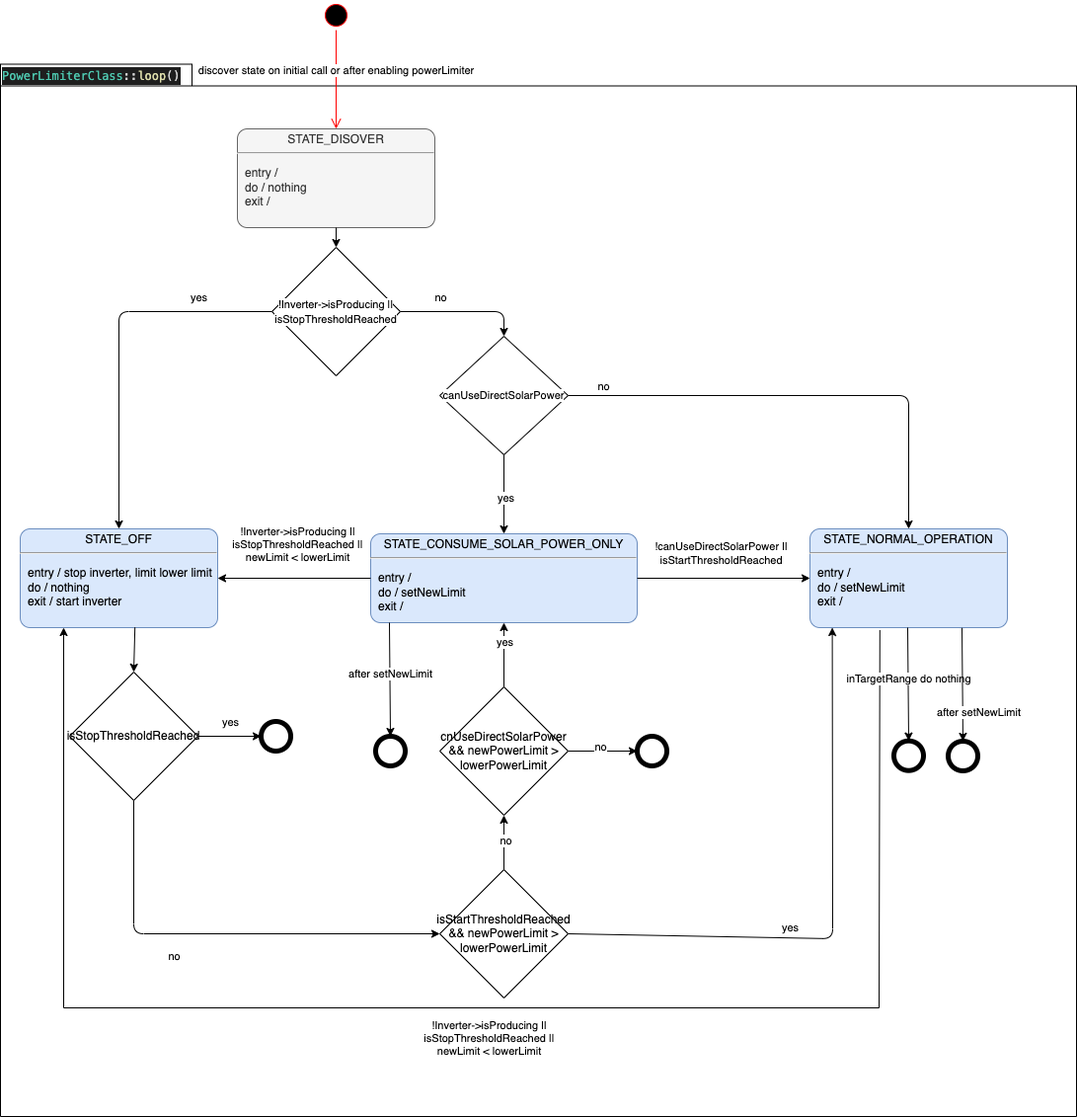
This is docs/PowerLimiterInverterStates.png from tbnobody/OpenDTU, a draw.io export, as it was before one commit. Source tidied: cells renumbered, new cells last; positions are measured from the earlier drawing's top-left corner, leaving out a move shared by most shapes.
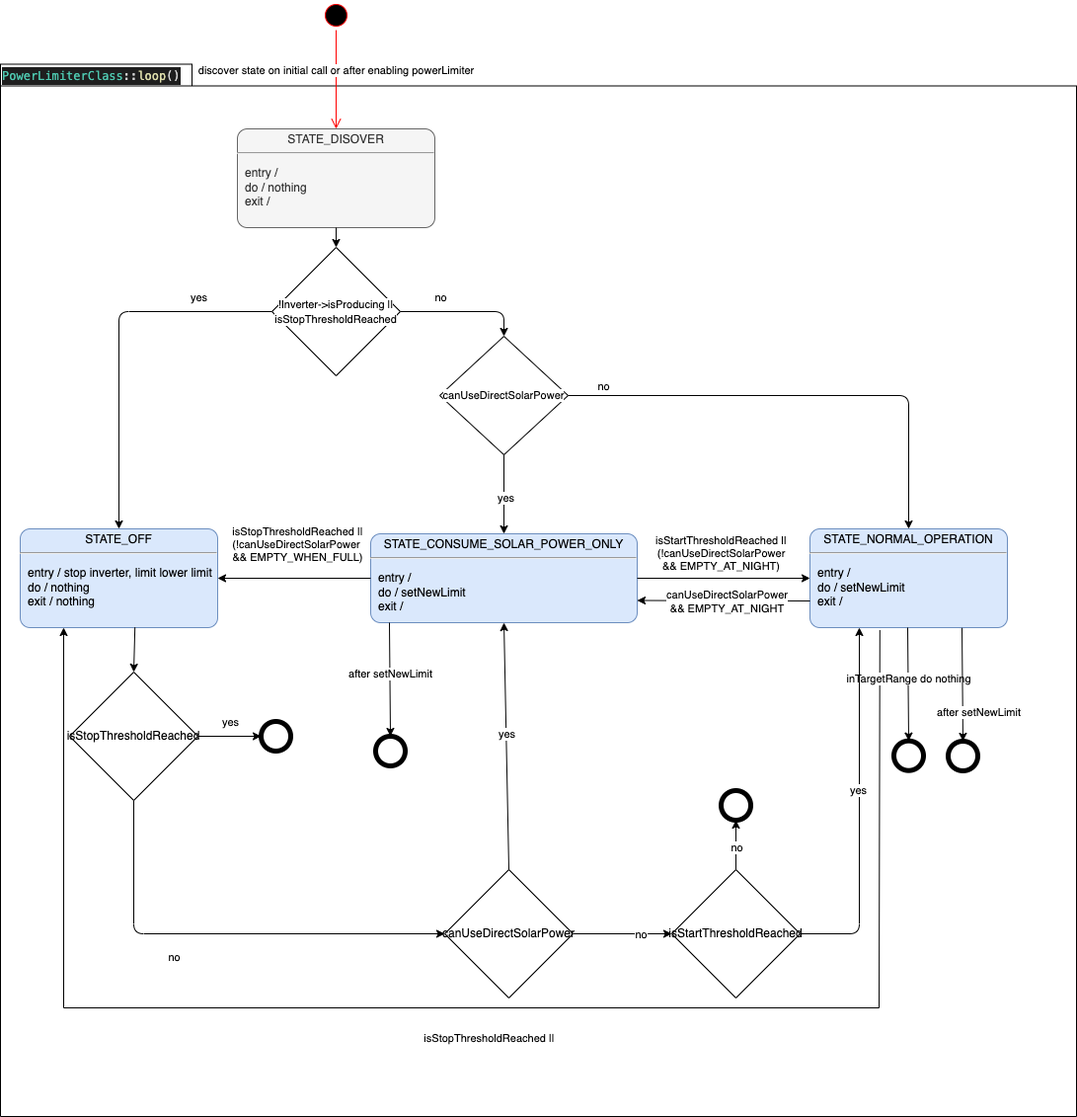
After the change.

Commit message:
update state diagram

The edit, as a diff of the source:
```diff
@@ -14,7 +14,7 @@
     <mxCell id="5" value="discover state on initial call or after enabling powerLimiter" style="html=1;verticalAlign=bottom;endArrow=open;endSize=8;strokeColor=#ff0000;rounded=0;entryX=0.5;entryY=0;entryDx=0;entryDy=0;entryPerimeter=0;" parent="1" edge="1" source="4" target="9">
       <mxGeometry relative="1" as="geometry" />
     </mxCell>
-    <mxCell id="6" value="&lt;p style=&quot;margin:0px;margin-top:4px;text-align:center;&quot;&gt;STATE_OFF&lt;/p&gt;&lt;hr&gt;&lt;p&gt;&lt;/p&gt;&lt;p style=&quot;margin:0px;margin-left:8px;text-align:left;&quot;&gt;entry / stop inverter, limit lower limit&lt;br&gt;do / nothing&lt;br&gt;exit / start inverter&lt;/p&gt;" style="shape=mxgraph.sysml.simpleState;html=1;overflow=fill;whiteSpace=wrap;align=center;fillColor=#dae8fc;strokeColor=#6c8ebf;" parent="1" vertex="1">
+    <mxCell id="6" value="&lt;p style=&quot;margin:0px;margin-top:4px;text-align:center;&quot;&gt;STATE_OFF&lt;/p&gt;&lt;hr&gt;&lt;p&gt;&lt;/p&gt;&lt;p style=&quot;margin:0px;margin-left:8px;text-align:left;&quot;&gt;entry / stop inverter, limit lower limit&lt;br&gt;do / nothing&lt;br&gt;exit / nothing&lt;/p&gt;" style="shape=mxgraph.sysml.simpleState;html=1;overflow=fill;whiteSpace=wrap;align=center;fillColor=#dae8fc;strokeColor=#6c8ebf;" parent="1" vertex="1">
       <mxGeometry x="20" y="535" width="200" height="100" as="geometry" />
     </mxCell>
     <mxCell id="7" value="&lt;p style=&quot;margin:0px;margin-top:4px;text-align:center;&quot;&gt;STATE_CONSUME_SOLAR_POWER_ONLY&lt;/p&gt;&lt;hr&gt;&lt;p&gt;&lt;/p&gt;&lt;p style=&quot;margin:0px;margin-left:8px;text-align:left;&quot;&gt;entry /&lt;br&gt;do / setNewLimit&lt;br&gt;exit /&lt;/p&gt;" style="shape=mxgraph.sysml.simpleState;html=1;overflow=fill;whiteSpace=wrap;align=center;fillColor=#dae8fc;strokeColor=#6c8ebf;" parent="1" vertex="1">
@@ -94,26 +94,18 @@
     <mxCell id="25" style="endArrow=classic;html=1;entryX=0.5;entryY=0;entryDx=0;entryDy=0;exitX=0.581;exitY=0.998;exitDx=0;exitDy=0;exitPerimeter=0;" parent="1" edge="1" source="6" target="22">
       <mxGeometry relative="1" as="geometry" />
     </mxCell>
+    <mxCell id="28" style="edgeStyle=none;html=1;exitX=1;exitY=0.5;exitDx=0;exitDy=0;entryX=0;entryY=0.5;entryDx=0;entryDy=0;" parent="1" edge="1" source="26" target="27">
+      <mxGeometry relative="1" as="geometry" />
+    </mxCell>
+    <mxCell id="52" value="no" style="edgeLabel;html=1;align=center;verticalAlign=middle;" parent="28" vertex="1">
+      <mxGeometry x="0.36" relative="1" as="geometry" />
+    </mxCell>
-    <mxCell id="26" value="isStartThresholdReached &amp;amp;&amp;amp; newPowerLimit &amp;gt; lowerPowerLimit" style="rhombus;whiteSpace=wrap;html=1;" parent="1" vertex="1">
-      <mxGeometry x="445" y="880" width="130" height="130" as="geometry" />
+    <mxCell id="26" value="canUseDirectSolarPower" style="rhombus;whiteSpace=wrap;html=1;" parent="1" vertex="1">
+      <mxGeometry x="450" y="880" width="130" height="130" as="geometry" />
     </mxCell>
-    <mxCell id="27" value="cnUseDirectSolarPower &amp;amp;&amp;amp; newPowerLimit &amp;gt; lowerPowerLimit" style="rhombus;whiteSpace=wrap;html=1;" parent="1" vertex="1">
-      <mxGeometry x="445" y="695" width="130" height="130" as="geometry" />
+    <mxCell id="27" value="isStartThresholdReached" style="rhombus;whiteSpace=wrap;html=1;" parent="1" vertex="1">
+      <mxGeometry x="680" y="880" width="130" height="130" as="geometry" />
     </mxCell>
-    <mxCell id="28" style="endArrow=classic;html=1;entryX=0.5;entryY=1;entryDx=0;entryDy=0;exitX=0.5;exitY=0;exitDx=0;exitDy=0;" parent="1" edge="1" source="26" target="27">
-      <mxGeometry relative="1" as="geometry" />
-    </mxCell>
-    <mxCell id="29" value="no" style="edgeLabel;html=1;align=center;verticalAlign=middle;" parent="28" vertex="1">
-      <mxGeometry x="0.09" y="-1" relative="1" as="geometry" />
-    </mxCell>
-    <mxCell id="30" value="yes" style="endArrow=classic;html=1;exitX=1;exitY=0.5;exitDx=0;exitDy=0;entryX=0.113;entryY=1;entryDx=0;entryDy=0;entryPerimeter=0;" parent="1" edge="1" source="26" target="8">
-      <mxGeometry x="-0.23" y="10" relative="1" as="geometry">
-        <Array as="points">
-          <mxPoint x="843" y="950" />
-        </Array>
-        <mxPoint x="1" as="offset" />
-      </mxGeometry>
-    </mxCell>
     <mxCell id="31" style="endArrow=classic;html=1;exitX=1;exitY=0.5;exitDx=0;exitDy=0;entryX=0;entryY=0.5;entryDx=0;entryDy=0;" parent="1" edge="1" source="22" target="10">
       <mxGeometry relative="1" as="geometry" />
     </mxCell>
@@ -122,32 +114,15 @@
         <mxPoint x="3" y="-15" as="offset" />
       </mxGeometry>
     </mxCell>
-    <mxCell id="33" style="endArrow=classic;html=1;exitX=0.5;exitY=0;exitDx=0;exitDy=0;entryX=0.5;entryY=1;entryDx=0;entryDy=0;entryPerimeter=0;" parent="1" edge="1" source="27" target="7">
-      <mxGeometry relative="1" as="geometry" />
-    </mxCell>
-    <mxCell id="34" value="yes" style="edgeLabel;html=1;align=center;verticalAlign=middle;" parent="33" vertex="1">
-      <mxGeometry x="0.42" relative="1" as="geometry" />
-    </mxCell>
-    <mxCell id="35" style="endArrow=classic;html=1;entryX=0;entryY=0.5;entryDx=0;entryDy=0;exitX=1;exitY=0.5;exitDx=0;exitDy=0;" parent="1" edge="1" source="27" target="37">
-      <mxGeometry relative="1" as="geometry" />
-    </mxCell>
-    <mxCell id="36" value="no" style="edgeLabel;html=1;align=center;verticalAlign=middle;" parent="35" vertex="1">
-      <mxGeometry x="0.47" relative="1" as="geometry">
-        <mxPoint x="-19" y="-5" as="offset" />
-      </mxGeometry>
-    </mxCell>
-    <mxCell id="37" style="shape=ellipse;html=1;dashed=0;whitespace=wrap;strokeWidth=5;perimeter=ellipsePerimeter;" parent="1" vertex="1">
-      <mxGeometry x="645" y="745" width="30" height="30" as="geometry" />
-    </mxCell>
     <mxCell id="38" style="endArrow=classic;html=1;rounded=0;entryX=1;entryY=0.5;entryDx=0;entryDy=0;entryPerimeter=0;exitX=0;exitY=0.5;exitDx=0;exitDy=0;exitPerimeter=0;" parent="1" edge="1" source="7" target="6">
       <mxGeometry relative="1" as="geometry" />
     </mxCell>
-    <mxCell id="39" value="!Inverter-&amp;gt;isProducing ||&lt;br&gt;isStopThresholdReached ||&lt;br&gt;newLimit &amp;lt; lowerLimit" style="edgeLabel;html=1;align=center;verticalAlign=middle;" parent="38" vertex="1">
+    <mxCell id="39" value="isStopThresholdReached ||&lt;br&gt;(!canUseDirectSolarPower &lt;br&gt;&amp;amp;&amp;amp; EMPTY_WHEN_FULL)" style="edgeLabel;html=1;align=center;verticalAlign=middle;" parent="38" vertex="1">
       <mxGeometry x="-0.21" y="-2" relative="1" as="geometry">
         <mxPoint x="-14" y="-33" as="offset" />
       </mxGeometry>
     </mxCell>
-    <mxCell id="40" value="!canUseDirectSolarPower ||&lt;br&gt;isStartThresholdReached" style="endArrow=classic;html=1;rounded=0;exitX=1;exitY=0.5;exitDx=0;exitDy=0;exitPerimeter=0;entryX=0;entryY=0.5;entryDx=0;entryDy=0;entryPerimeter=0;" parent="1" edge="1" source="7" target="8">
+    <mxCell id="40" value="isStartThresholdReached ||&lt;br style=&quot;border-color: var(--border-color);&quot;&gt;(!canUseDirectSolarPower&lt;br style=&quot;border-color: var(--border-color);&quot;&gt;&amp;amp;&amp;amp; EMPTY_AT_NIGHT)" style="endArrow=classic;html=1;rounded=0;exitX=1;exitY=0.5;exitDx=0;exitDy=0;exitPerimeter=0;entryX=0;entryY=0.5;entryDx=0;entryDy=0;entryPerimeter=0;" parent="1" edge="1" source="7" target="8">
       <mxGeometry x="-0.03" y="25" relative="1" as="geometry" />
     </mxCell>
     <mxCell id="41" style="endArrow=classic;html=1;rounded=0;entryX=0.22;entryY=1;entryDx=0;entryDy=0;entryPerimeter=0;exitX=0.354;exitY=1.025;exitDx=0;exitDy=0;exitPerimeter=0;" parent="1" edge="1" source="8" target="6">
@@ -158,7 +133,7 @@
         </Array>
       </mxGeometry>
     </mxCell>
-    <mxCell id="42" value="!Inverter-&amp;gt;isProducing ||&lt;br&gt;isStopThresholdReached ||&lt;br&gt;newLimit &amp;lt; lowerLimit" style="edgeLabel;html=1;align=center;verticalAlign=middle;" parent="41" vertex="1">
+    <mxCell id="42" value="isStopThresholdReached ||" style="edgeLabel;html=1;align=center;verticalAlign=middle;" parent="41" vertex="1">
       <mxGeometry x="-0.21" y="-2" relative="1" as="geometry">
         <mxPoint x="-151" y="32" as="offset" />
       </mxGeometry>
@@ -198,5 +173,38 @@
         <mxPoint x="16" y="33" as="offset" />
       </mxGeometry>
     </mxCell>
+    <mxCell id="37" style="endArrow=classic;html=1;exitX=0.5;exitY=0;exitDx=0;exitDy=0;entryX=0.5;entryY=1;entryDx=0;entryDy=0;entryPerimeter=0;" parent="1" edge="1" source="26" target="7">
+      <mxGeometry relative="1" as="geometry" />
+    </mxCell>
+    <mxCell id="53" value="yes" style="edgeLabel;html=1;align=center;verticalAlign=middle;" parent="37" vertex="1">
+      <mxGeometry x="0.1" relative="1" as="geometry" />
+    </mxCell>
+    <mxCell id="54" style="endArrow=classic;html=1;entryX=1;entryY=0.75;entryDx=0;entryDy=0;entryPerimeter=0;" parent="1" edge="1" target="7">
+      <mxGeometry relative="1" as="geometry">
+        <mxPoint x="820" y="608" as="sourcePoint" />
+      </mxGeometry>
+    </mxCell>
+    <mxCell id="55" value="canUseDirectSolarPower&lt;br style=&quot;border-color: var(--border-color);&quot;&gt;&amp;amp;&amp;amp; EMPTY_AT_NIGHT" style="edgeLabel;html=1;align=center;verticalAlign=middle;" parent="54" vertex="1">
+      <mxGeometry x="-0.04" y="1" relative="1" as="geometry" />
+    </mxCell>
+    <mxCell id="56" style="endArrow=classic;html=1;exitX=1;exitY=0.5;exitDx=0;exitDy=0;entryX=0.25;entryY=1;entryDx=0;entryDy=0;entryPerimeter=0;" parent="1" edge="1" source="27" target="8">
+      <mxGeometry relative="1" as="geometry">
+        <Array as="points">
+          <mxPoint x="870" y="945" />
+        </Array>
+      </mxGeometry>
+    </mxCell>
+    <mxCell id="57" value="yes" style="edgeLabel;html=1;align=center;verticalAlign=middle;" parent="56" vertex="1">
+      <mxGeometry x="0.11" y="2" relative="1" as="geometry" />
+    </mxCell>
+    <mxCell id="58" style="shape=ellipse;html=1;dashed=0;whitespace=wrap;strokeWidth=5;perimeter=ellipsePerimeter;" parent="1" vertex="1">
+      <mxGeometry x="730" y="800" width="30" height="30" as="geometry" />
+    </mxCell>
+    <mxCell id="59" style="endArrow=classic;html=1;exitX=0.5;exitY=0;exitDx=0;exitDy=0;entryX=0.5;entryY=1;entryDx=0;entryDy=0;" parent="1" edge="1" source="27" target="58">
+      <mxGeometry relative="1" as="geometry" />
+    </mxCell>
+    <mxCell id="60" value="no" style="edgeLabel;html=1;align=center;verticalAlign=middle;" parent="59" vertex="1">
+      <mxGeometry x="-0.08" relative="1" as="geometry" />
+    </mxCell>
   </root>
 </mxGraphModel>
```
